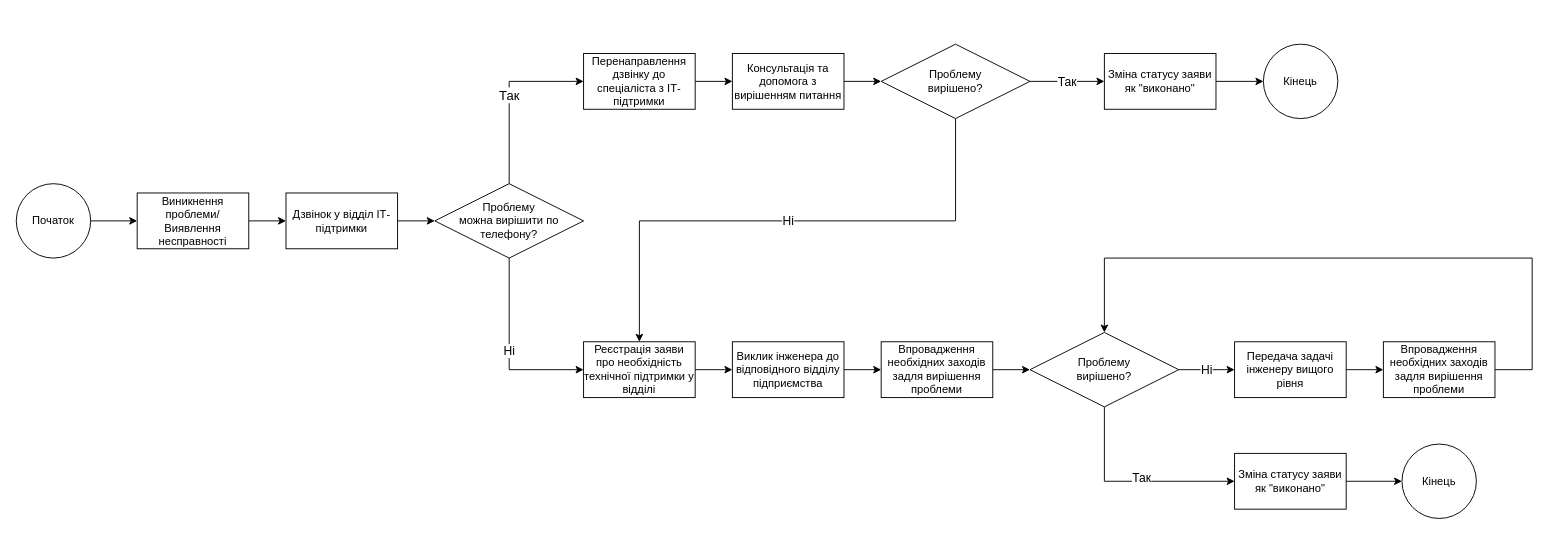
Earlier version of the draw.io diagram Administrating Personal Diagram.drawio (Shylo-Ivan-MIT/diagrams). Source tidied: cells renumbered, new cells numbered last; positions are measured from the earlier drawing's top-left corner, leaving out a move shared by most shapes. Both pictures are drawn from the tidied source at 93%, with x=0, y=0 at pixel (16, 44).
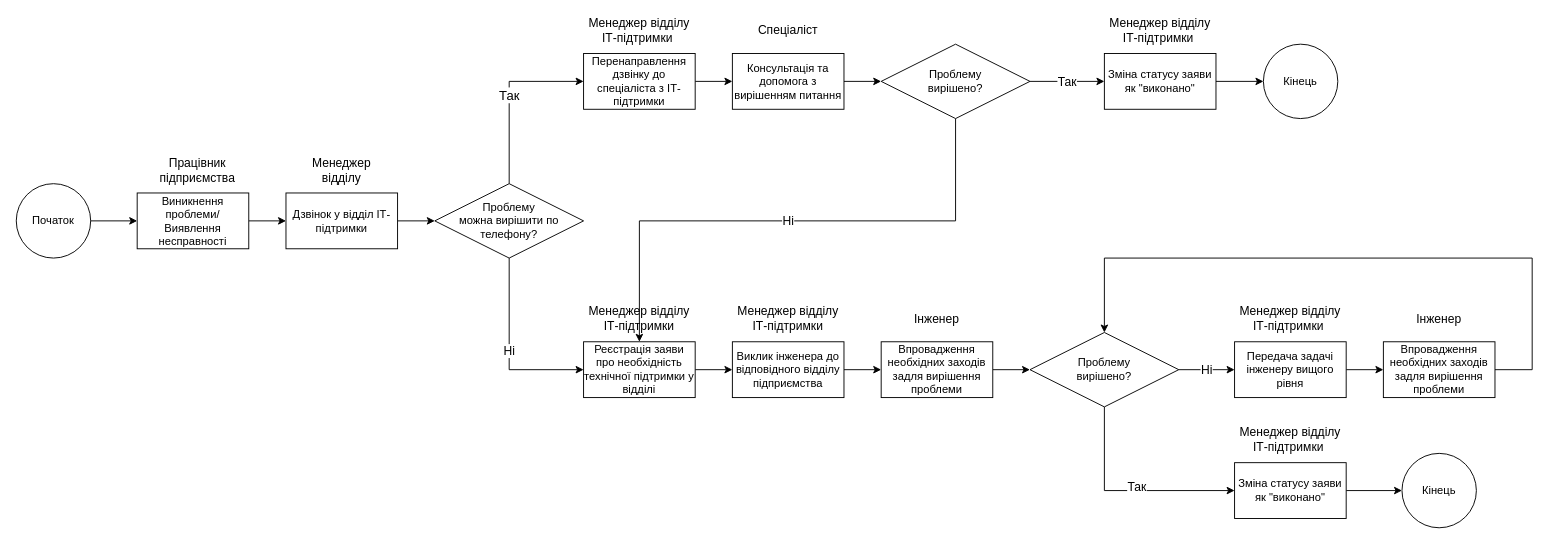
Above is the later version.

Change to the diagram source:
```diff
@@
     <mxCell id="31" value="Кінець" style="ellipse;whiteSpace=wrap;html=1;" parent="1" vertex="1">
-      <mxGeometry x="1490" y="430" width="80" height="80" as="geometry" />
+      <mxGeometry x="1490" y="440" width="80" height="80" as="geometry" />
     </mxCell>
@@
     <mxCell id="33" value="Зміна статусу заяви як &quot;виконано&quot;" style="rounded=0;whiteSpace=wrap;html=1;" parent="1" vertex="1">
-      <mxGeometry x="1310" y="440" width="120" height="60" as="geometry" />
+      <mxGeometry x="1310" y="450" width="120" height="60" as="geometry" />
     </mxCell>
@@
+    <mxCell id="38" value="Працівник підприємства" style="text;html=1;strokeColor=none;fillColor=none;align=center;verticalAlign=middle;whiteSpace=wrap;rounded=0;fontSize=13;" parent="1" vertex="1">
+      <mxGeometry x="160" y="121" width="70" height="29" as="geometry" />
+    </mxCell>
+    <mxCell id="39" value="Менеджер відділу" style="text;html=1;strokeColor=none;fillColor=none;align=center;verticalAlign=middle;whiteSpace=wrap;rounded=0;fontSize=13;" parent="1" vertex="1">
+      <mxGeometry x="320" y="121" width="60" height="30" as="geometry" />
+    </mxCell>
+    <mxCell id="40" value="Менеджер відділу ІТ-підтримки&amp;nbsp;" style="text;html=1;strokeColor=none;fillColor=none;align=center;verticalAlign=middle;whiteSpace=wrap;rounded=0;fontSize=13;" parent="1" vertex="1">
+      <mxGeometry x="610" y="-30" width="120" height="30" as="geometry" />
+    </mxCell>
+    <mxCell id="41" value="Спеціаліст" style="text;html=1;strokeColor=none;fillColor=none;align=center;verticalAlign=middle;whiteSpace=wrap;rounded=0;fontSize=13;" parent="1" vertex="1">
+      <mxGeometry x="800" y="-30" width="60" height="30" as="geometry" />
+    </mxCell>
+    <mxCell id="42" value="Менеджер відділу ІТ-підтримки" style="text;html=1;strokeColor=none;fillColor=none;align=center;verticalAlign=middle;whiteSpace=wrap;rounded=0;fontSize=13;" parent="1" vertex="1">
+      <mxGeometry x="770" y="280" width="120" height="30" as="geometry" />
+    </mxCell>
+    <mxCell id="43" value="Менеджер відділу ІТ-підтримки&amp;nbsp;" style="text;html=1;strokeColor=none;fillColor=none;align=center;verticalAlign=middle;whiteSpace=wrap;rounded=0;fontSize=13;" parent="1" vertex="1">
+      <mxGeometry x="1170" y="-30" width="120" height="30" as="geometry" />
+    </mxCell>
+    <mxCell id="44" value="Менеджер відділу ІТ-підтримки&amp;nbsp;" style="text;html=1;strokeColor=none;fillColor=none;align=center;verticalAlign=middle;whiteSpace=wrap;rounded=0;fontSize=13;" parent="1" vertex="1">
+      <mxGeometry x="1310" y="410" width="120" height="30" as="geometry" />
+    </mxCell>
+    <mxCell id="45" value="Менеджер відділу ІТ-підтримки&amp;nbsp;" style="text;html=1;strokeColor=none;fillColor=none;align=center;verticalAlign=middle;whiteSpace=wrap;rounded=0;fontSize=13;" parent="1" vertex="1">
+      <mxGeometry x="1310" y="280" width="120" height="30" as="geometry" />
+    </mxCell>
+    <mxCell id="46" value="Інженер" style="text;html=1;strokeColor=none;fillColor=none;align=center;verticalAlign=middle;whiteSpace=wrap;rounded=0;fontSize=13;" parent="1" vertex="1">
+      <mxGeometry x="1500" y="280" width="60" height="30" as="geometry" />
+    </mxCell>
+    <mxCell id="47" value="Інженер" style="text;html=1;strokeColor=none;fillColor=none;align=center;verticalAlign=middle;whiteSpace=wrap;rounded=0;fontSize=13;" parent="1" vertex="1">
+      <mxGeometry x="960" y="280" width="60" height="30" as="geometry" />
+    </mxCell>
+    <mxCell id="48" value="Менеджер відділу ІТ-підтримки" style="text;html=1;strokeColor=none;fillColor=none;align=center;verticalAlign=middle;whiteSpace=wrap;rounded=0;fontSize=13;" parent="1" vertex="1">
+      <mxGeometry x="610" y="280" width="120" height="30" as="geometry" />
+    </mxCell>
```
